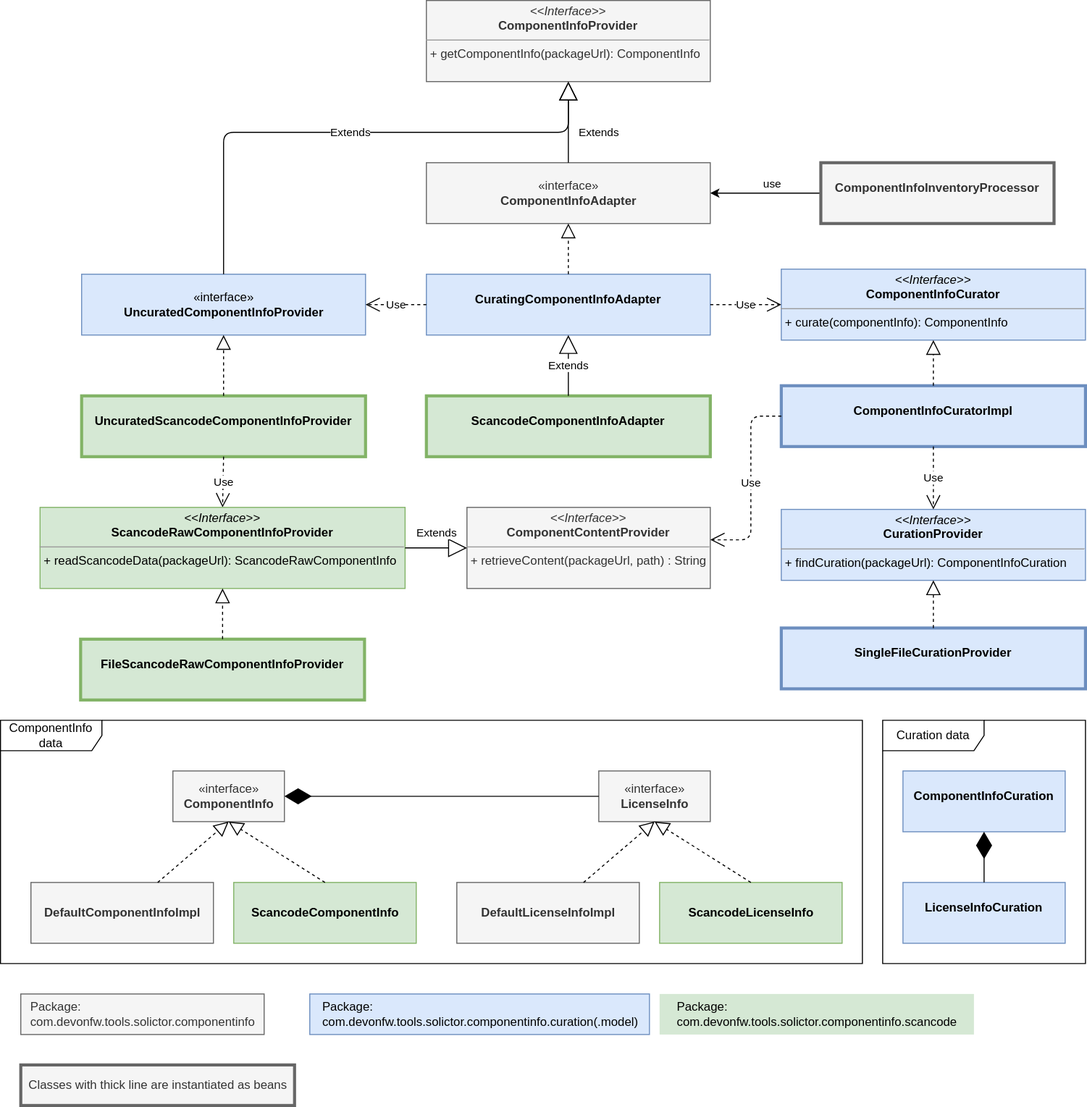
This is core/src/main/java/com/devonfw/tools/solicitor/componentinfo/doc-files/componentinfo_classes.drawio.svg from devonfw/solicitor, a draw.io export, as it was before one commit. Source tidied: cells renumbered, new cells last; positions are measured from the earlier drawing's top-left corner, leaving out a move shared by most shapes.
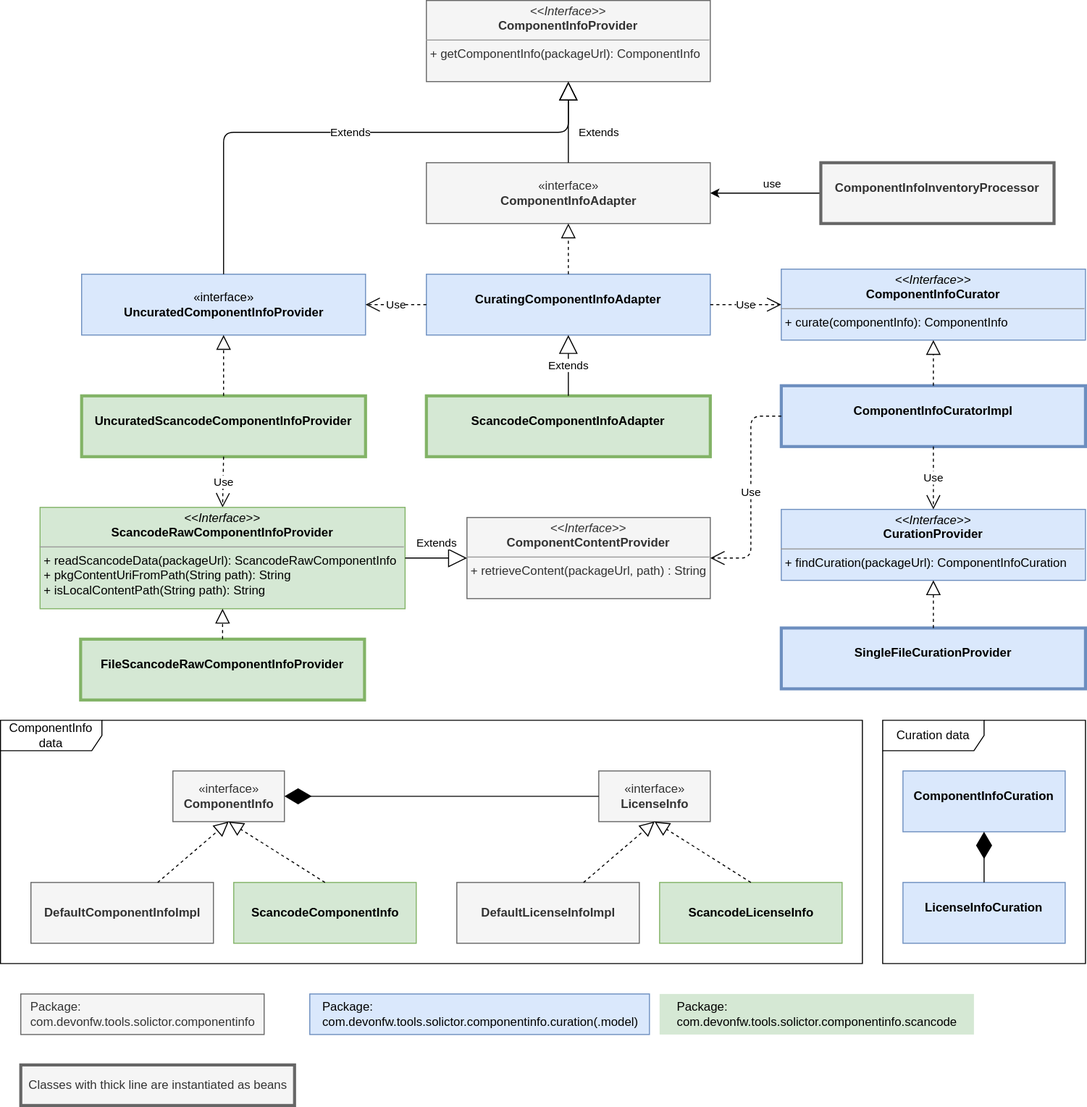
The same file after the commit.

The edit, as a diff of the source:
```diff
@@ -115,8 +115,8 @@
     <mxCell id="36" value="Use" style="endArrow=open;endSize=12;dashed=1;html=1;exitX=0.5;exitY=1;exitDx=0;exitDy=0;entryX=0.5;entryY=0;entryDx=0;entryDy=0;" parent="1" edge="1" source="34" target="37">
       <mxGeometry relative="1" as="geometry" />
     </mxCell>
-    <mxCell id="37" value="&lt;p style=&quot;margin: 0px ; margin-top: 4px ; text-align: center&quot;&gt;&lt;i&gt;&amp;lt;&amp;lt;Interface&amp;gt;&amp;gt;&lt;/i&gt;&lt;br&gt;&lt;b&gt;ScancodeRawComponentInfoProvider&lt;/b&gt;&lt;/p&gt;&lt;hr size=&quot;1&quot;&gt;&lt;p style=&quot;margin: 0px ; margin-left: 4px&quot;&gt;+ readScancodeData(packageUrl): ScancodeRawComponentInfo&lt;/p&gt;" style="verticalAlign=top;align=left;overflow=fill;fontSize=12;fontFamily=Helvetica;html=1;fillColor=#d5e8d4;strokeColor=#82b366;" parent="1" vertex="1">
-      <mxGeometry x="39" y="500" width="360" height="80" as="geometry" />
+    <mxCell id="37" value="&lt;p style=&quot;margin: 0px ; margin-top: 4px ; text-align: center&quot;&gt;&lt;i&gt;&amp;lt;&amp;lt;Interface&amp;gt;&amp;gt;&lt;/i&gt;&lt;br&gt;&lt;b&gt;ScancodeRawComponentInfoProvider&lt;/b&gt;&lt;/p&gt;&lt;hr size=&quot;1&quot;&gt;&lt;p style=&quot;margin: 0px ; margin-left: 4px&quot;&gt;+ readScancodeData(packageUrl): ScancodeRawComponentInfo&lt;/p&gt;&lt;p style=&quot;margin: 0px ; margin-left: 4px&quot;&gt;+ pkgContentUriFromPath(String path): String&lt;/p&gt;&lt;p style=&quot;margin: 0px ; margin-left: 4px&quot;&gt;+&amp;nbsp;isLocalContentPath(String path): String&lt;/p&gt;" style="verticalAlign=top;align=left;overflow=fill;fontSize=12;fontFamily=Helvetica;html=1;fillColor=#d5e8d4;strokeColor=#82b366;" parent="1" vertex="1">
+      <mxGeometry x="39" y="500" width="360" height="100" as="geometry" />
     </mxCell>
     <mxCell id="38" value="&lt;p style=&quot;margin: 0px ; margin-top: 4px ; text-align: center&quot;&gt;&lt;br&gt;&lt;b&gt;FileScancodeRawComponentInfoProvider&lt;/b&gt;&lt;br&gt;&lt;/p&gt;" style="verticalAlign=top;align=left;overflow=fill;fontSize=12;fontFamily=Helvetica;html=1;fillColor=#d5e8d4;strokeColor=#82b366;strokeWidth=3;" parent="1" vertex="1">
       <mxGeometry x="79" y="630" width="280" height="60" as="geometry" />
@@ -152,17 +152,16 @@
       <mxGeometry x="20" y="1050" width="270" height="40" as="geometry" />
     </mxCell>
     <mxCell id="49" value="&lt;p style=&quot;margin: 0px ; margin-top: 4px ; text-align: center&quot;&gt;&lt;i&gt;&amp;lt;&amp;lt;Interface&amp;gt;&amp;gt;&lt;/i&gt;&lt;br&gt;&lt;b&gt;ComponentContentProvider&lt;/b&gt;&lt;/p&gt;&lt;hr size=&quot;1&quot;&gt;&lt;p style=&quot;margin: 0px ; margin-left: 4px&quot;&gt;&lt;span&gt;+&amp;nbsp;retrieveContent(packageUrl, path) : String&lt;/span&gt;&lt;br&gt;&lt;/p&gt;" style="verticalAlign=top;align=left;overflow=fill;fontSize=12;fontFamily=Helvetica;html=1;fillColor=#f5f5f5;strokeColor=#666666;fontColor=#333333;" parent="1" vertex="1">
-      <mxGeometry x="460" y="500" width="240" height="80" as="geometry" />
+      <mxGeometry x="460" y="510" width="240" height="80" as="geometry" />
     </mxCell>
     <mxCell id="50" value="Extends" style="endArrow=block;endSize=16;endFill=0;html=1;entryX=0;entryY=0.5;entryDx=0;entryDy=0;exitX=1;exitY=0.5;exitDx=0;exitDy=0;" parent="1" edge="1" source="37" target="49">
       <mxGeometry x="0.02" y="15" relative="1" as="geometry" />
     </mxCell>
-    <mxCell id="51" value="Use" style="endArrow=open;endSize=12;dashed=1;html=1;exitX=0;exitY=0.5;exitDx=0;exitDy=0;edgeStyle=orthogonalEdgeStyle;" parent="1" edge="1" source="23">
+    <mxCell id="51" value="Use" style="endArrow=open;endSize=12;dashed=1;html=1;exitX=0;exitY=0.5;exitDx=0;exitDy=0;edgeStyle=orthogonalEdgeStyle;entryX=1;entryY=0.5;entryDx=0;entryDy=0;" parent="1" edge="1" source="23" target="49">
       <mxGeometry relative="1" as="geometry">
-        <mxPoint x="700" y="532" as="targetPoint" />
         <Array as="points">
           <mxPoint x="740" y="410" />
-          <mxPoint x="740" y="532" />
+          <mxPoint x="740" y="550" />
         </Array>
       </mxGeometry>
     </mxCell>
```
